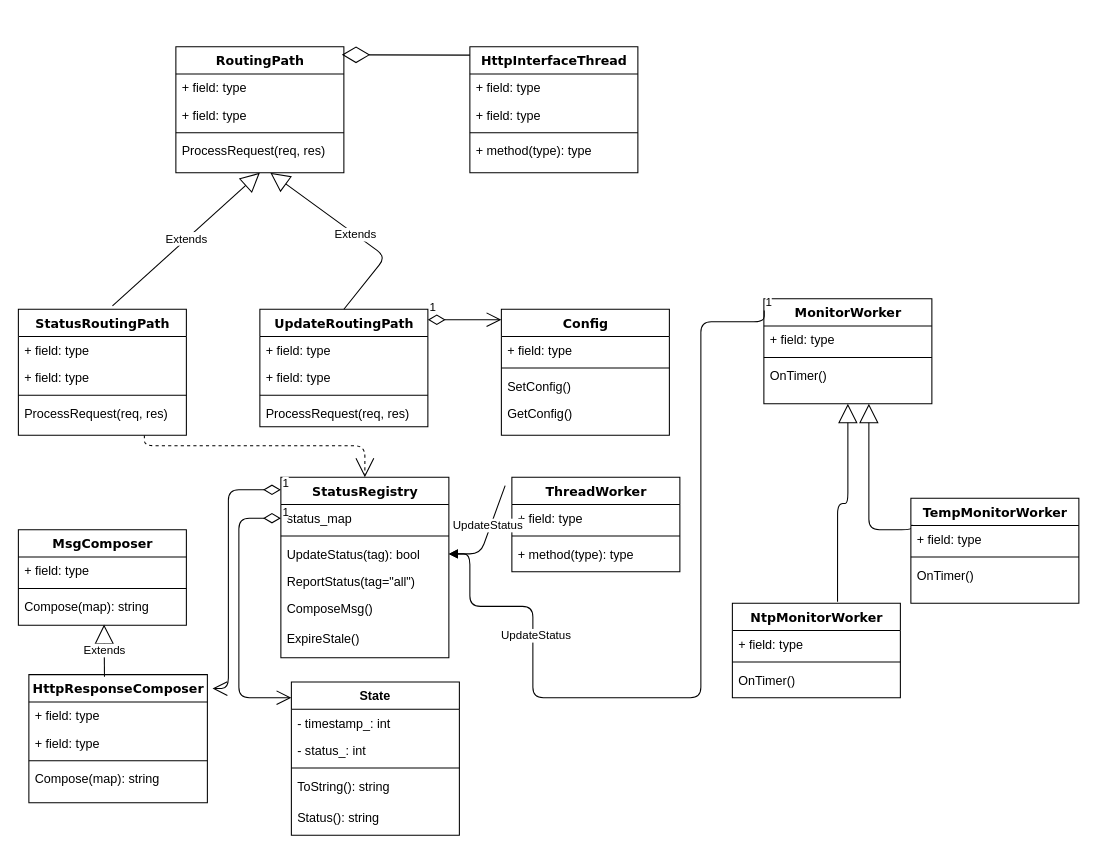
Before: page "classes" (1 of 2) of httpworker.drawio in joeshow79/umlchart, a draw.io diagram. Source tidied: cells renumbered, new cells numbered last; positions are measured from the earlier drawing's top-left corner, leaving out a move shared by most shapes. Both pictures are drawn from the tidied source at 105%, with x=0, y=0 at pixel (18, 46).
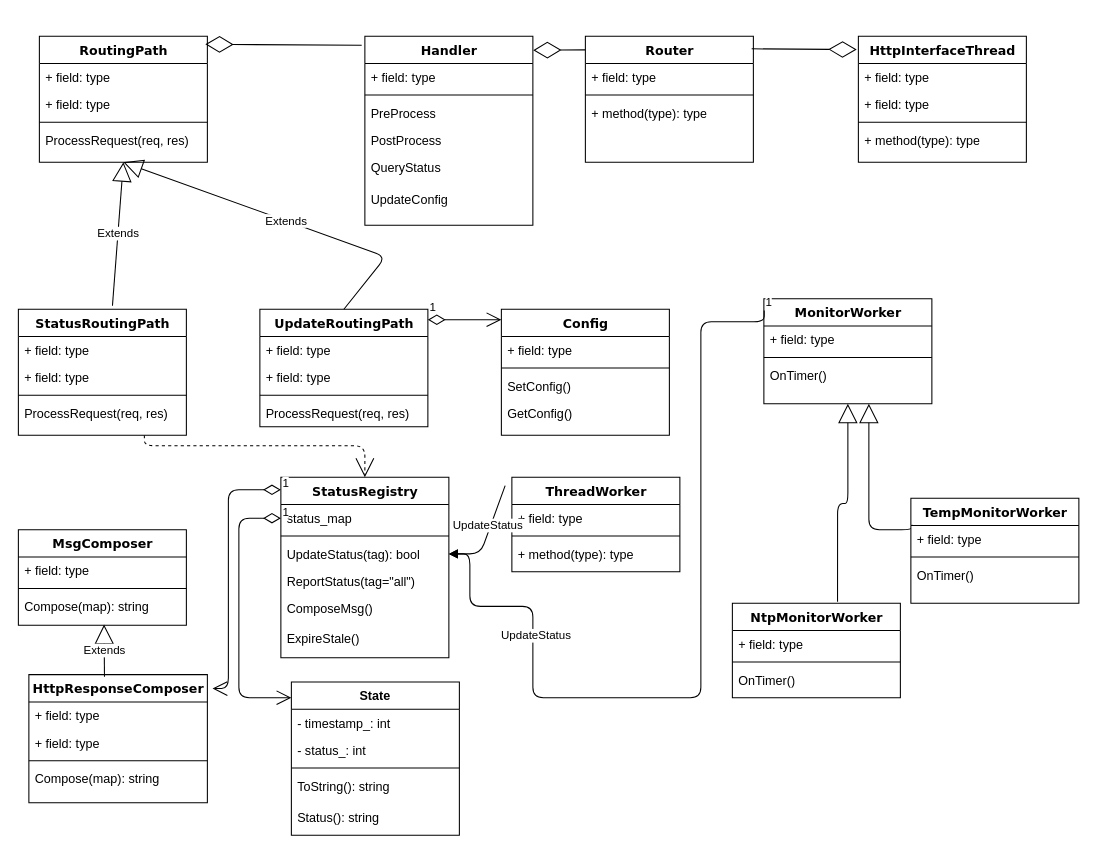
After the change.

Unchanged cells that the change refers to:
```xml
<mxCell id="40" value="UpdateRoutingPath" style="swimlane;html=1;fontStyle=1;align=center;verticalAlign=top;horizontal=1;startSize=26;swimlaneFillColor=#ffffff;rounded=0;shadow=0;comic=0;labelBackgroundColor=none;strokeWidth=1;fillColor=none;fontFamily=Verdana;fontSize=12;" parent="1" vertex="1">
  <mxGeometry x="230" y="250" width="160" height="112" as="geometry" />
</mxCell>
```

Diff of the diagram source:
```diff
@@
     <mxCell id="8" value="HttpInterfaceThread" style="swimlane;html=1;fontStyle=1;align=center;verticalAlign=top;horizontal=1;startSize=26;swimlaneFillColor=#ffffff;rounded=0;shadow=0;comic=0;labelBackgroundColor=none;strokeWidth=1;fillColor=none;fontFamily=Verdana;fontSize=12;" parent="1" vertex="1">
-      <mxGeometry x="430" width="160" height="120" as="geometry" />
+      <mxGeometry x="800" y="-10" width="160" height="120" as="geometry" />
     </mxCell>
@@
-    <mxCell id="45" style="endArrow=diamondThin;endFill=0;endSize=24;html=1;entryX=0.988;entryY=0.064;entryDx=0;entryDy=0;entryPerimeter=0;" parent="1" edge="1" target="60">
-      <mxGeometry relative="1" as="geometry">
-        <mxPoint x="430" y="8" as="sourcePoint" />
-      </mxGeometry>
+    <mxCell id="45" style="endArrow=diamondThin;endFill=0;endSize=24;html=1;entryX=0.988;entryY=0.064;entryDx=0;entryDy=0;entryPerimeter=0;exitX=-0.019;exitY=0.048;exitDx=0;exitDy=0;exitPerimeter=0;" parent="1" edge="1" source="79" target="60">
+      <mxGeometry relative="1" as="geometry" />
     </mxCell>
@@
     <mxCell id="60" value="RoutingPath" style="swimlane;html=1;fontStyle=1;align=center;verticalAlign=top;horizontal=1;startSize=26;swimlaneFillColor=#ffffff;rounded=0;shadow=0;comic=0;labelBackgroundColor=none;strokeWidth=1;fillColor=none;fontFamily=Verdana;fontSize=12;" parent="1" vertex="1">
-      <mxGeometry x="150" width="160" height="120" as="geometry" />
+      <mxGeometry x="20" y="-10" width="160" height="120" as="geometry" />
     </mxCell>
@@
-    <mxCell id="66" value="Extends" style="endArrow=block;endSize=16;endFill=0;html=1;exitX=0.5;exitY=0;exitDx=0;exitDy=0;" parent="1" edge="1" source="40">
+    <mxCell id="66" value="Extends" style="endArrow=block;endSize=16;endFill=0;html=1;exitX=0.5;exitY=0;exitDx=0;exitDy=0;entryX=0.5;entryY=1;entryDx=0;entryDy=0;" parent="1" edge="1" source="40" target="60">
       <mxGeometry relative="1" as="geometry">
-        <mxPoint x="240" y="120" as="targetPoint" />
         <Array as="points">
           <mxPoint x="350" y="200" />
         </Array>
       </mxGeometry>
     </mxCell>
@@
+    <mxCell id="79" value="Handler" style="swimlane;html=1;fontStyle=1;align=center;verticalAlign=top;horizontal=1;startSize=26;swimlaneFillColor=#ffffff;rounded=0;shadow=0;comic=0;labelBackgroundColor=none;strokeWidth=1;fillColor=none;fontFamily=Verdana;fontSize=12;" parent="1" vertex="1">
+      <mxGeometry x="330" y="-10" width="160" height="180" as="geometry" />
+    </mxCell>
+    <mxCell id="80" value="+ field: type" style="text;html=1;strokeColor=none;fillColor=none;align=left;verticalAlign=top;spacingLeft=4;spacingRight=4;whiteSpace=wrap;overflow=hidden;" parent="79" vertex="1">
+      <mxGeometry y="26" width="160" height="26" as="geometry" />
+    </mxCell>
+    <mxCell id="81" style="line;html=1;strokeWidth=1;fillColor=none;align=left;verticalAlign=middle;spacingTop=-1;spacingLeft=3;spacingRight=3;labelPosition=right;" parent="79" vertex="1">
+      <mxGeometry y="52" width="160" height="8" as="geometry" />
+    </mxCell>
+    <mxCell id="82" value="PreProcess" style="text;html=1;strokeColor=none;fillColor=none;align=left;verticalAlign=top;spacingLeft=4;spacingRight=4;whiteSpace=wrap;overflow=hidden;" parent="79" vertex="1">
+      <mxGeometry y="60" width="160" height="26" as="geometry" />
+    </mxCell>
+    <mxCell id="83" value="PostProcess" style="text;html=1;strokeColor=none;fillColor=none;align=left;verticalAlign=top;spacingLeft=4;spacingRight=4;whiteSpace=wrap;overflow=hidden;" parent="79" vertex="1">
+      <mxGeometry y="86" width="160" height="26" as="geometry" />
+    </mxCell>
+    <mxCell id="84" value="QueryStatus" style="text;html=1;strokeColor=none;fillColor=none;align=left;verticalAlign=top;spacingLeft=4;spacingRight=4;whiteSpace=wrap;overflow=hidden;" parent="79" vertex="1">
+      <mxGeometry y="112" width="160" height="30" as="geometry" />
+    </mxCell>
+    <mxCell id="85" value="UpdateConfig" style="text;html=1;strokeColor=none;fillColor=none;align=left;verticalAlign=top;spacingLeft=4;spacingRight=4;whiteSpace=wrap;overflow=hidden;" parent="79" vertex="1">
+      <mxGeometry y="142" width="160" height="38" as="geometry" />
+    </mxCell>
+    <mxCell id="86" value="Router" style="swimlane;html=1;fontStyle=1;align=center;verticalAlign=top;horizontal=1;startSize=26;swimlaneFillColor=#ffffff;rounded=0;shadow=0;comic=0;labelBackgroundColor=none;strokeWidth=1;fillColor=none;fontFamily=Verdana;fontSize=12;" parent="1" vertex="1">
+      <mxGeometry x="540" y="-10" width="160" height="120" as="geometry" />
+    </mxCell>
+    <mxCell id="87" value="+ field: type" style="text;html=1;strokeColor=none;fillColor=none;align=left;verticalAlign=top;spacingLeft=4;spacingRight=4;whiteSpace=wrap;overflow=hidden;" parent="86" vertex="1">
+      <mxGeometry y="26" width="160" height="26" as="geometry" />
+    </mxCell>
+    <mxCell id="88" style="line;html=1;strokeWidth=1;fillColor=none;align=left;verticalAlign=middle;spacingTop=-1;spacingLeft=3;spacingRight=3;labelPosition=right;" parent="86" vertex="1">
+      <mxGeometry y="52" width="160" height="8" as="geometry" />
+    </mxCell>
+    <mxCell id="89" value="+ method(type): type" style="text;html=1;strokeColor=none;fillColor=none;align=left;verticalAlign=top;spacingLeft=4;spacingRight=4;whiteSpace=wrap;overflow=hidden;" parent="86" vertex="1">
+      <mxGeometry y="60" width="160" height="26" as="geometry" />
+    </mxCell>
+    <mxCell id="90" style="endArrow=diamondThin;endFill=0;endSize=24;html=1;entryX=-0.01;entryY=0.106;entryDx=0;entryDy=0;entryPerimeter=0;exitX=0.99;exitY=0.1;exitDx=0;exitDy=0;exitPerimeter=0;" parent="1" edge="1" source="86" target="8">
+      <mxGeometry relative="1" as="geometry" />
+    </mxCell>
+    <mxCell id="91" style="endArrow=diamondThin;endFill=0;endSize=24;html=1;entryX=1.002;entryY=0.074;entryDx=0;entryDy=0;entryPerimeter=0;" parent="1" edge="1" target="79">
+      <mxGeometry relative="1" as="geometry">
+        <mxPoint x="540" y="3" as="sourcePoint" />
+      </mxGeometry>
+    </mxCell>
```
